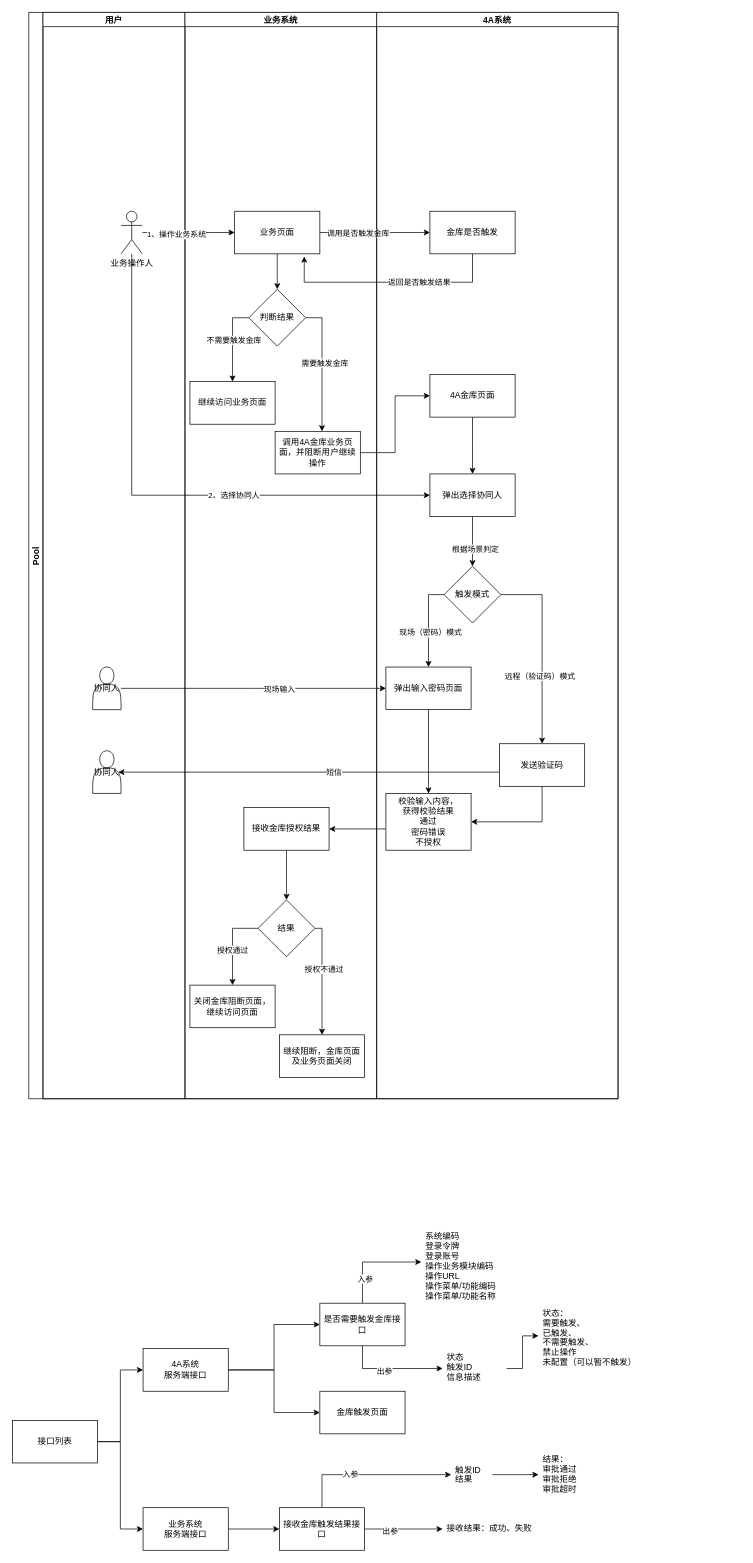
This is page "金库-自判断策略" (2 of 3) of 二期db设计.drawio from 158698706/qhdx, a draw.io file, before an edit. Source tidied: cells renumbered, new cells numbered last; positions are measured from the earlier drawing's top-left corner, leaving out a move shared by most shapes. Both pictures are drawn from the tidied source at 71%, with x=0, y=0 at pixel (12, 12).
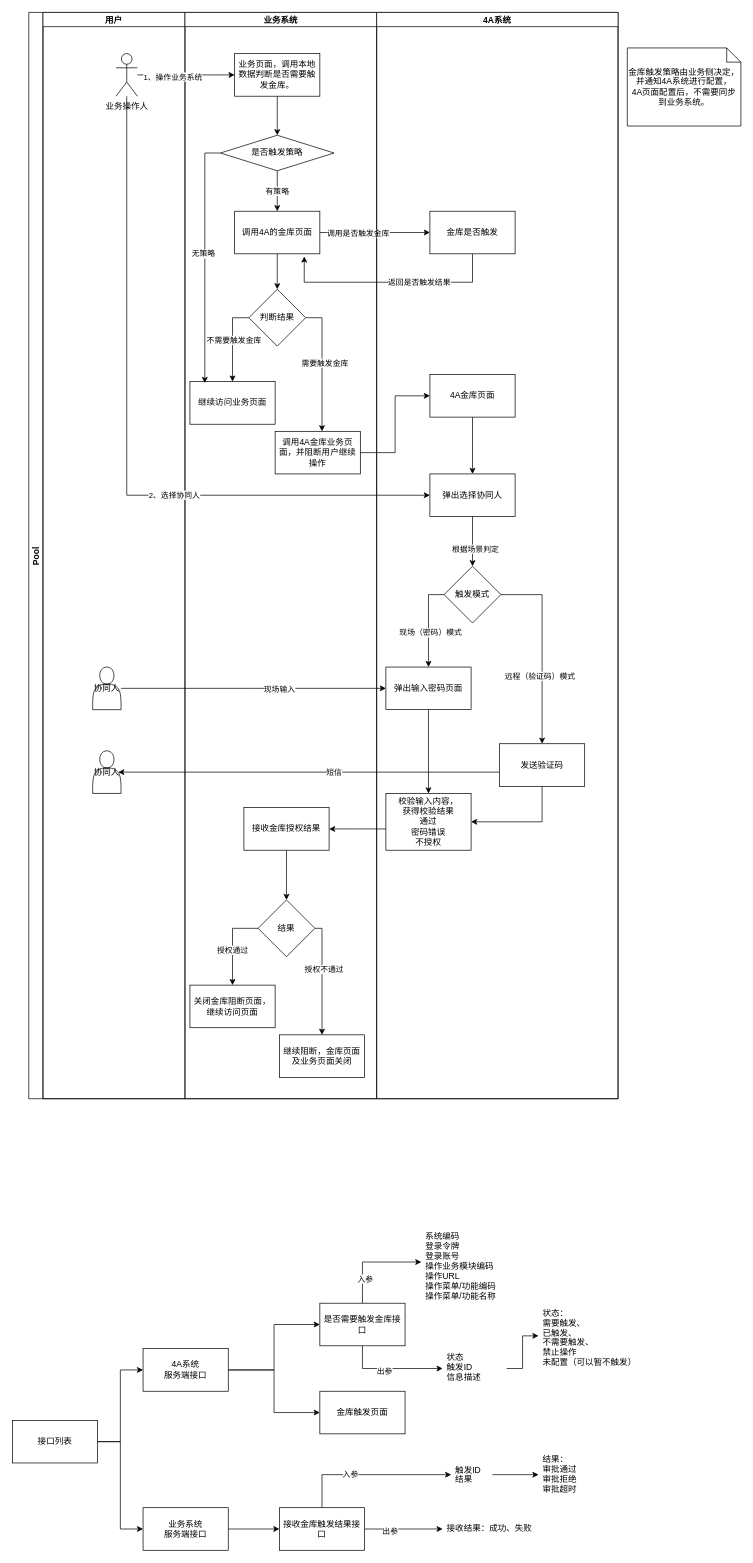
The same page after the edit.

The change refers to these unchanged cells:
```xml
<mxCell id="2" value="Pool" style="swimlane;startSize=20;horizontal=0;" parent="1" vertex="1">
  <mxGeometry x="23" width="830" height="1530" as="geometry" />
</mxCell>
<mxCell id="3" value="用户" style="swimlane;startSize=20;" parent="2" vertex="1">
  <mxGeometry x="20" width="200" height="1530" as="geometry" />
</mxCell>
<mxCell id="6" value="业务系统" style="swimlane;startSize=20;" parent="2" vertex="1">
  <mxGeometry x="220" width="270" height="1530" as="geometry" />
</mxCell>
<mxCell id="13" value="继续访问业务页面" style="whiteSpace=wrap;html=1;rounded=0;" parent="6" vertex="1">
  <mxGeometry x="7" y="520" width="120" height="60" as="geometry" />
</mxCell>
<mxCell id="31" value="金库是否触发" style="whiteSpace=wrap;html=1;rounded=0;" parent="30" vertex="1">
  <mxGeometry x="75" y="280" width="120" height="60" as="geometry" />
</mxCell>
```

Diff of the diagram source:
```diff
@@
+    <mxCell id="7" value="业务操作人" style="shape=umlActor;verticalLabelPosition=bottom;verticalAlign=top;html=1;outlineConnect=0;" parent="3" vertex="1">
+      <mxGeometry x="103" y="58" width="30" height="60" as="geometry" />
+    </mxCell>
@@
-    <mxCell id="7" value="业务操作人" style="shape=umlActor;verticalLabelPosition=bottom;verticalAlign=top;html=1;outlineConnect=0;" parent="6" vertex="1">
-      <mxGeometry x="-90" y="280" width="30" height="60" as="geometry" />
-    </mxCell>
-    <mxCell id="8" value="业务页面" style="rounded=0;whiteSpace=wrap;html=1;" parent="6" vertex="1">
+    <mxCell id="8" value="调用4A的金库页面" style="rounded=0;whiteSpace=wrap;html=1;" parent="6" vertex="1">
       <mxGeometry x="70" y="280" width="120" height="60" as="geometry" />
     </mxCell>
-    <mxCell id="9" style="edgeStyle=orthogonalEdgeStyle;curved=1;rounded=0;jettySize=auto;html=1;entryX=0;entryY=0.5;entryDx=0;entryDy=0;" parent="6" edge="1" source="7" target="8">
-      <mxGeometry relative="1" as="geometry" />
-    </mxCell>
-    <mxCell id="10" value="1、操作业务系统" style="edgeLabel;html=1;align=center;verticalAlign=middle;" parent="9" vertex="1">
-      <mxGeometry x="-0.28" y="-2" relative="1" as="geometry" />
-    </mxCell>
@@
+    <mxCell id="84" style="edgeStyle=orthogonalEdgeStyle;rounded=0;jettySize=auto;html=1;" parent="6" edge="1" source="85" target="89">
+      <mxGeometry relative="1" as="geometry" />
+    </mxCell>
+    <mxCell id="85" value="&lt;span&gt;业务页面，调用本地数据判断是否需要触发金库。&lt;/span&gt;" style="rounded=0;whiteSpace=wrap;html=1;" parent="6" vertex="1">
+      <mxGeometry x="70" y="58" width="120" height="60" as="geometry" />
+    </mxCell>
+    <mxCell id="86" value="有策略" style="edgeStyle=orthogonalEdgeStyle;rounded=0;jettySize=auto;html=1;" parent="6" edge="1" source="89" target="8">
+      <mxGeometry relative="1" as="geometry" />
+    </mxCell>
+    <mxCell id="87" style="edgeStyle=orthogonalEdgeStyle;rounded=0;jettySize=auto;html=1;entryX=0.175;entryY=0.033;entryDx=0;entryDy=0;entryPerimeter=0;exitX=0;exitY=0.5;exitDx=0;exitDy=0;" parent="6" edge="1" source="89" target="13">
+      <mxGeometry relative="1" as="geometry" />
+    </mxCell>
+    <mxCell id="88" value="无策略" style="edgeLabel;html=1;align=center;verticalAlign=middle;" parent="87" vertex="1">
+      <mxGeometry x="-0.06" y="-3" relative="1" as="geometry" />
+    </mxCell>
+    <mxCell id="89" value="是否触发策略" style="rhombus;whiteSpace=wrap;html=1;rounded=0;" parent="6" vertex="1">
+      <mxGeometry x="50" y="173" width="160" height="50" as="geometry" />
+    </mxCell>
-    <mxCell id="21" style="edgeStyle=orthogonalEdgeStyle;rounded=0;jettySize=auto;html=1;" parent="2" edge="1" source="8" target="31">
+    <mxCell id="21" style="edgeStyle=orthogonalEdgeStyle;rounded=0;jettySize=auto;html=1;exitX=1;exitY=0.5;exitDx=0;exitDy=0;" parent="2" edge="1" source="8" target="31">
       <mxGeometry relative="1" as="geometry" />
     </mxCell>
@@
+    <mxCell id="9" style="edgeStyle=orthogonalEdgeStyle;curved=1;rounded=0;jettySize=auto;html=1;" parent="2" edge="1" source="7" target="85">
+      <mxGeometry relative="1" as="geometry" />
+    </mxCell>
+    <mxCell id="10" value="1、操作业务系统" style="edgeLabel;html=1;align=center;verticalAlign=middle;" parent="9" vertex="1">
+      <mxGeometry x="-0.28" y="-2" relative="1" as="geometry" />
+    </mxCell>
@@
+    <mxCell id="90" value="金库触发策略由业务侧决定，并通知4A系统进行配置，&lt;br&gt;4A页面配置后，不需要同步到业务系统。" style="shape=note;size=20;whiteSpace=wrap;html=1;" parent="1" vertex="1">
+      <mxGeometry x="866" y="50" width="160" height="110" as="geometry" />
+    </mxCell>
```
